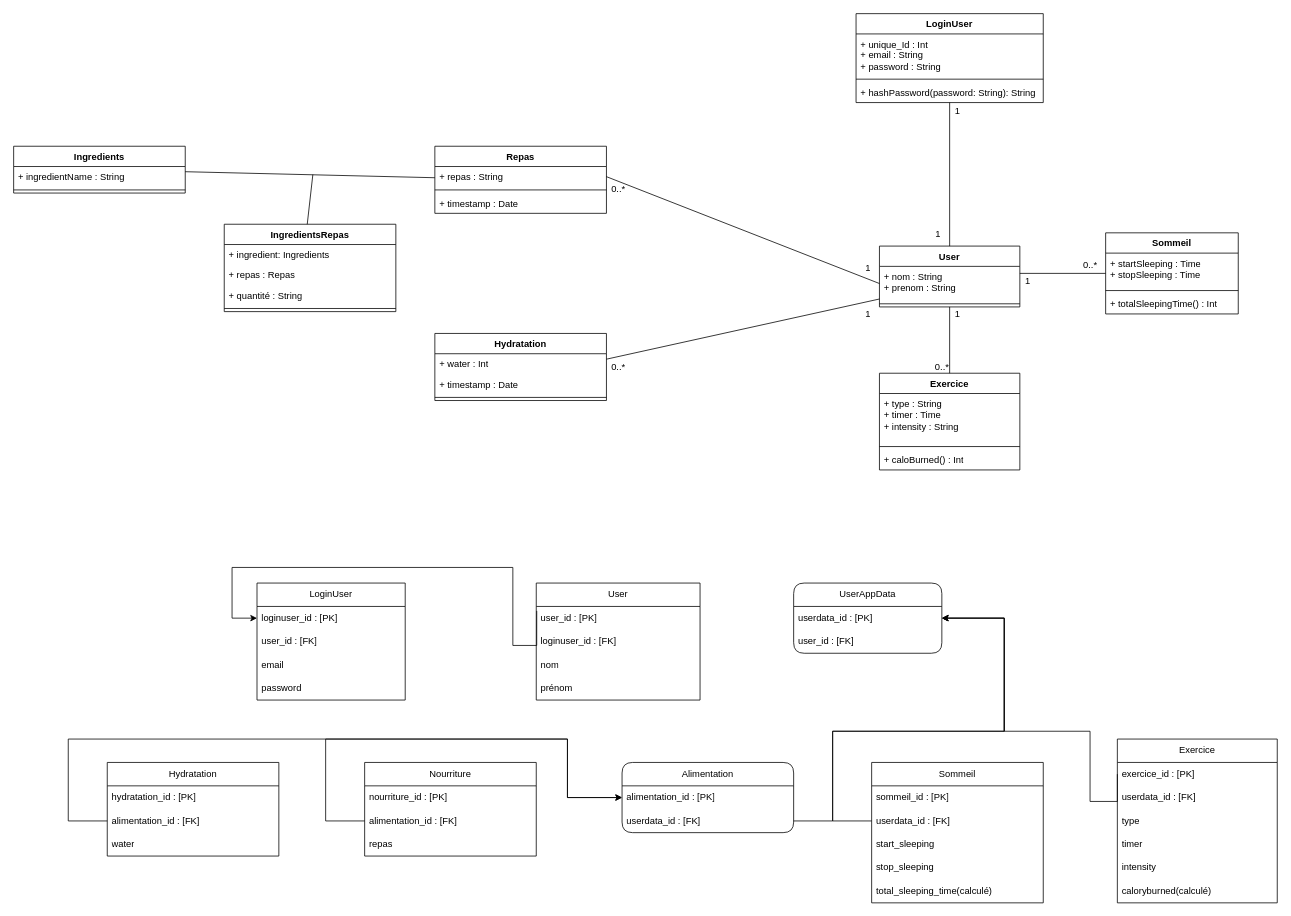
Above: P5_Exercice.drawio in CodeStarter40/P5 (draw.io), before the change. Source tidied: cells renumbered, new cells numbered last; positions are measured from the earlier drawing's top-left corner, leaving out a move shared by most shapes. Both pictures are drawn from the tidied source at 78%, with x=0, y=0 at pixel (13, 13).
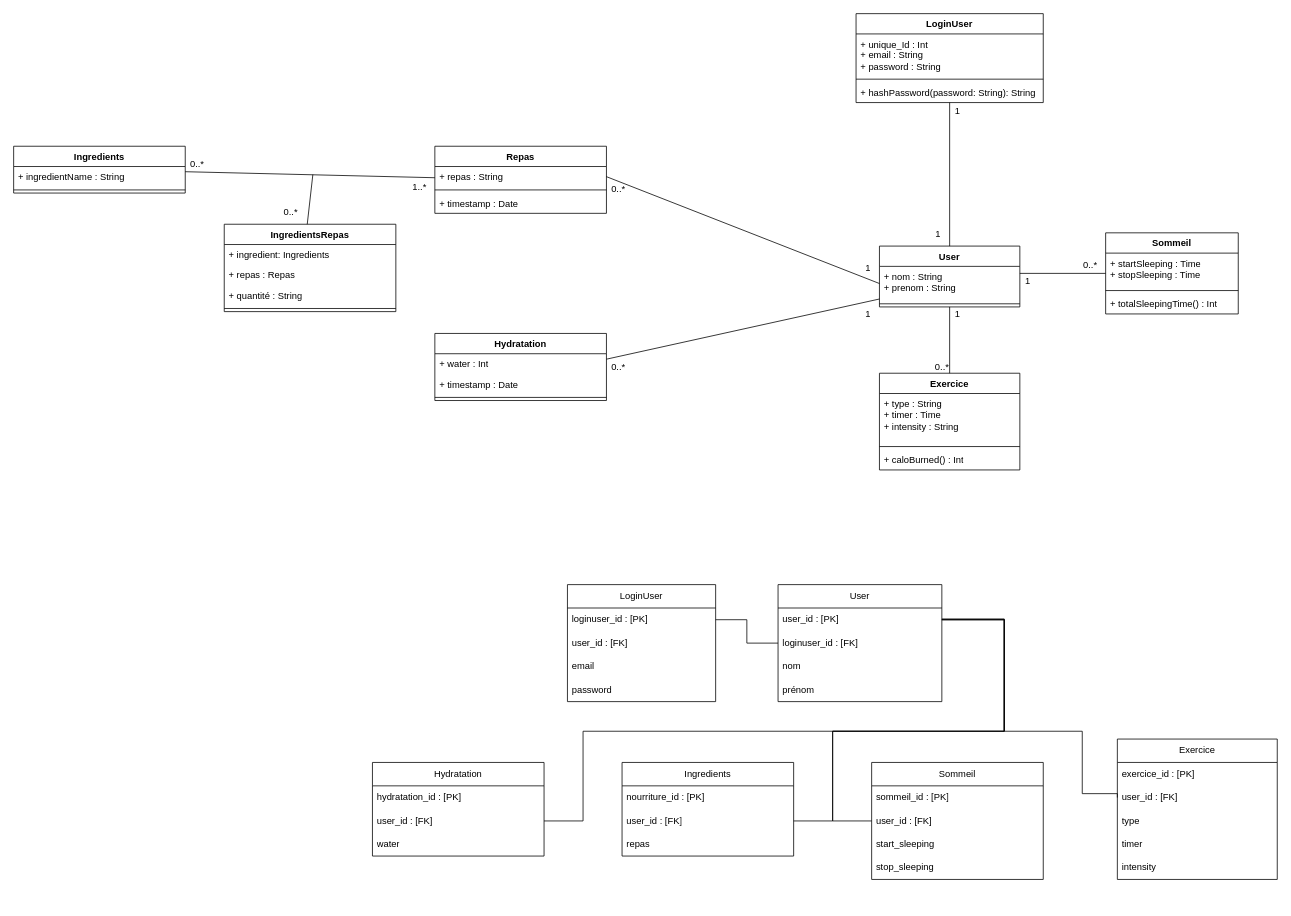
Above is the later version.

Commit message (it also covers changes not shown here):
Mettre à jour P5_Exercice.drawio

Unchanged cells that the change refers to:
```xml
<mxCell id="37" value="loginuser_id : [PK]" style="text;strokeColor=none;fillColor=none;align=left;verticalAlign=middle;spacingLeft=4;spacingRight=4;overflow=hidden;points=[[0,0.5],[1,0.5]];portConstraint=eastwest;whiteSpace=wrap;html=1;" parent="36" vertex="1">
  <mxGeometry y="30" width="190" height="30" as="geometry" />
</mxCell>
<mxCell id="42" value="user_id : [PK]" style="text;strokeColor=none;fillColor=none;align=left;verticalAlign=middle;spacingLeft=4;spacingRight=4;overflow=hidden;points=[[0,0.5],[1,0.5]];portConstraint=eastwest;whiteSpace=wrap;html=1;" parent="41" vertex="1">
  <mxGeometry y="30" width="210" height="30" as="geometry" />
</mxCell>
<mxCell id="43" value="loginuser_id : [FK]" style="text;strokeColor=none;fillColor=none;align=left;verticalAlign=middle;spacingLeft=4;spacingRight=4;overflow=hidden;points=[[0,0.5],[1,0.5]];portConstraint=eastwest;whiteSpace=wrap;html=1;" parent="41" vertex="1">
  <mxGeometry y="60" width="210" height="30" as="geometry" />
</mxCell>
<mxCell id="66" value="exercice_id : [PK]" style="text;strokeColor=none;fillColor=none;align=left;verticalAlign=middle;spacingLeft=4;spacingRight=4;overflow=hidden;points=[[0,0.5],[1,0.5]];portConstraint=eastwest;whiteSpace=wrap;html=1;" parent="65" vertex="1">
  <mxGeometry y="30" width="205" height="30" as="geometry" />
</mxCell>
```

What changed in the source:
```diff
@@
     <mxCell id="36" value="LoginUser" style="swimlane;fontStyle=0;horizontal=1;startSize=30;whiteSpace=wrap;html=1;" parent="1" vertex="1">
-      <mxGeometry x="312" y="730" width="190" height="150" as="geometry" />
+      <mxGeometry x="710" y="732" width="190" height="150" as="geometry" />
     </mxCell>
@@
     <mxCell id="41" value="User" style="swimlane;fontStyle=0;horizontal=1;startSize=30;whiteSpace=wrap;html=1;" parent="1" vertex="1">
-      <mxGeometry x="670" y="730" width="210" height="150" as="geometry" />
+      <mxGeometry x="980" y="732" width="210" height="150" as="geometry" />
     </mxCell>
@@
-    <mxCell id="46" style="edgeStyle=orthogonalEdgeStyle;rounded=0;jettySize=auto;html=1;entryX=0;entryY=0.5;entryDx=0;entryDy=0;exitX=0.003;exitY=0.19;exitDx=0;exitDy=0;exitPerimeter=0;" parent="1" edge="1" source="42" target="37">
-      <mxGeometry relative="1" as="geometry">
-        <Array as="points">
-          <mxPoint x="671" y="810" />
-          <mxPoint x="640" y="810" />
-          <mxPoint x="640" y="710" />
-          <mxPoint x="280" y="710" />
-          <mxPoint x="280" y="775" />
-        </Array>
-      </mxGeometry>
-    </mxCell>
-    <mxCell id="47" value="Alimentation" style="swimlane;fontStyle=0;horizontal=1;startSize=30;whiteSpace=wrap;html=1;rounded=1;" parent="1" vertex="1">
-      <mxGeometry x="780" y="960" width="220" height="90" as="geometry" />
-    </mxCell>
-    <mxCell id="48" value="alimentation_id : [PK]" style="text;strokeColor=none;fillColor=none;align=left;verticalAlign=middle;spacingLeft=4;spacingRight=4;overflow=hidden;points=[[0,0.5],[1,0.5]];portConstraint=eastwest;whiteSpace=wrap;html=1;" parent="47" vertex="1">
-      <mxGeometry y="30" width="220" height="30" as="geometry" />
-    </mxCell>
-    <mxCell id="49" value="userdata_id : [FK]" style="text;strokeColor=none;fillColor=none;align=left;verticalAlign=middle;spacingLeft=4;spacingRight=4;overflow=hidden;points=[[0,0.5],[1,0.5]];portConstraint=eastwest;whiteSpace=wrap;html=1;" parent="47" vertex="1">
-      <mxGeometry y="60" width="220" height="30" as="geometry" />
-    </mxCell>
-    <mxCell id="50" value="Nourriture" style="swimlane;fontStyle=0;horizontal=1;startSize=30;whiteSpace=wrap;html=1;" parent="1" vertex="1">
-      <mxGeometry x="450" y="960" width="220" height="120" as="geometry" />
+    <mxCell id="50" value="Ingredients" style="swimlane;fontStyle=0;horizontal=1;startSize=30;whiteSpace=wrap;html=1;" parent="1" vertex="1">
+      <mxGeometry x="780" y="960" width="220" height="120" as="geometry" />
     </mxCell>
@@
-    <mxCell id="52" value="alimentation_id : [FK]" style="text;strokeColor=none;fillColor=none;align=left;verticalAlign=middle;spacingLeft=4;spacingRight=4;overflow=hidden;points=[[0,0.5],[1,0.5]];portConstraint=eastwest;whiteSpace=wrap;html=1;" parent="50" vertex="1">
+    <mxCell id="52" value="user_id : [FK]" style="text;strokeColor=none;fillColor=none;align=left;verticalAlign=middle;spacingLeft=4;spacingRight=4;overflow=hidden;points=[[0,0.5],[1,0.5]];portConstraint=eastwest;whiteSpace=wrap;html=1;" parent="50" vertex="1">
       <mxGeometry y="60" width="220" height="30" as="geometry" />
     </mxCell>
@@
     <mxCell id="54" value="Sommeil" style="swimlane;fontStyle=0;horizontal=1;startSize=30;whiteSpace=wrap;html=1;" parent="1" vertex="1">
-      <mxGeometry x="1100" y="960" width="220" height="180" as="geometry" />
+      <mxGeometry x="1100" y="960" width="220" height="150" as="geometry" />
     </mxCell>
@@
-    <mxCell id="56" value="userdata_id : [FK]" style="text;strokeColor=none;fillColor=none;align=left;verticalAlign=middle;spacingLeft=4;spacingRight=4;overflow=hidden;points=[[0,0.5],[1,0.5]];portConstraint=eastwest;whiteSpace=wrap;html=1;" parent="54" vertex="1">
+    <mxCell id="56" value="user_id : [FK]" style="text;strokeColor=none;fillColor=none;align=left;verticalAlign=middle;spacingLeft=4;spacingRight=4;overflow=hidden;points=[[0,0.5],[1,0.5]];portConstraint=eastwest;whiteSpace=wrap;html=1;" parent="54" vertex="1">
       <mxGeometry y="60" width="220" height="30" as="geometry" />
     </mxCell>
@@
-    <mxCell id="59" value="total_sleeping_time(calculé)" style="text;strokeColor=none;fillColor=none;align=left;verticalAlign=middle;spacingLeft=4;spacingRight=4;overflow=hidden;whiteSpace=wrap;html=1;" parent="54" vertex="1">
-      <mxGeometry y="150" width="220" height="30" as="geometry" />
-    </mxCell>
-    <mxCell id="60" style="edgeStyle=orthogonalEdgeStyle;rounded=0;jettySize=auto;html=1;entryX=0;entryY=0.5;entryDx=0;entryDy=0;exitX=0;exitY=0.5;exitDx=0;exitDy=0;" parent="1" edge="1" source="63" target="48">
-      <mxGeometry relative="1" as="geometry">
-        <Array as="points">
-          <mxPoint x="70" y="1035" />
-          <mxPoint x="70" y="930" />
-          <mxPoint x="710" y="930" />
-          <mxPoint x="710" y="1005" />
-        </Array>
-      </mxGeometry>
-    </mxCell>
     <mxCell id="61" value="Hydratation" style="swimlane;fontStyle=0;horizontal=1;startSize=30;whiteSpace=wrap;html=1;" parent="1" vertex="1">
-      <mxGeometry x="120" y="960" width="220" height="120" as="geometry" />
+      <mxGeometry x="460" y="960" width="220" height="120" as="geometry" />
     </mxCell>
@@
-    <mxCell id="63" value="alimentation_id : [FK]" style="text;strokeColor=none;fillColor=none;align=left;verticalAlign=middle;spacingLeft=4;spacingRight=4;overflow=hidden;points=[[0,0.5],[1,0.5]];portConstraint=eastwest;whiteSpace=wrap;html=1;" parent="61" vertex="1">
+    <mxCell id="63" value="user_id : [FK]" style="text;strokeColor=none;fillColor=none;align=left;verticalAlign=middle;spacingLeft=4;spacingRight=4;overflow=hidden;points=[[0,0.5],[1,0.5]];portConstraint=eastwest;whiteSpace=wrap;html=1;" parent="61" vertex="1">
       <mxGeometry y="60" width="220" height="30" as="geometry" />
     </mxCell>
@@
     <mxCell id="65" value="Exercice" style="swimlane;fontStyle=0;horizontal=1;startSize=30;whiteSpace=wrap;html=1;" parent="1" vertex="1">
-      <mxGeometry x="1415" y="930" width="205" height="210" as="geometry" />
+      <mxGeometry x="1415" y="930" width="205" height="180" as="geometry" />
     </mxCell>
@@
-    <mxCell id="67" value="userdata_id : [FK]" style="text;strokeColor=none;fillColor=none;align=left;verticalAlign=middle;spacingLeft=4;spacingRight=4;overflow=hidden;points=[[0,0.5],[1,0.5]];portConstraint=eastwest;whiteSpace=wrap;html=1;" parent="65" vertex="1">
+    <mxCell id="67" value="user_id : [FK]" style="text;strokeColor=none;fillColor=none;align=left;verticalAlign=middle;spacingLeft=4;spacingRight=4;overflow=hidden;points=[[0,0.5],[1,0.5]];portConstraint=eastwest;whiteSpace=wrap;html=1;" parent="65" vertex="1">
       <mxGeometry y="60" width="205" height="30" as="geometry" />
     </mxCell>
@@
-    <mxCell id="71" value="caloryburned(calculé)" style="text;strokeColor=none;fillColor=none;align=left;verticalAlign=middle;spacingLeft=4;spacingRight=4;overflow=hidden;whiteSpace=wrap;html=1;" parent="65" vertex="1">
-      <mxGeometry y="180" width="205" height="30" as="geometry" />
-    </mxCell>
-    <mxCell id="72" style="edgeStyle=orthogonalEdgeStyle;rounded=0;jettySize=auto;html=1;entryX=0;entryY=0.5;entryDx=0;entryDy=0;exitX=0;exitY=0.5;exitDx=0;exitDy=0;" parent="1" edge="1" source="52" target="48">
-      <mxGeometry relative="1" as="geometry">
-        <Array as="points">
-          <mxPoint x="400" y="1035" />
-          <mxPoint x="400" y="930" />
-          <mxPoint x="710" y="930" />
-          <mxPoint x="710" y="1005" />
-        </Array>
-      </mxGeometry>
-    </mxCell>
-    <mxCell id="73" style="edgeStyle=orthogonalEdgeStyle;rounded=0;jettySize=auto;html=1;entryX=1;entryY=0.5;entryDx=0;entryDy=0;exitX=1;exitY=0.5;exitDx=0;exitDy=0;" parent="1" edge="1" source="49" target="77">
-      <mxGeometry relative="1" as="geometry">
-        <Array as="points">
-          <mxPoint x="1050" y="1035" />
-          <mxPoint x="1050" y="920" />
-          <mxPoint x="1270" y="920" />
-          <mxPoint x="1270" y="775" />
-        </Array>
-      </mxGeometry>
-    </mxCell>
-    <mxCell id="74" style="edgeStyle=orthogonalEdgeStyle;rounded=0;jettySize=auto;html=1;entryX=1;entryY=0.5;entryDx=0;entryDy=0;exitX=0;exitY=0.5;exitDx=0;exitDy=0;" parent="1" edge="1" source="56" target="77">
-      <mxGeometry relative="1" as="geometry">
-        <Array as="points">
-          <mxPoint x="1050" y="1035" />
-          <mxPoint x="1050" y="920" />
-          <mxPoint x="1270" y="920" />
-          <mxPoint x="1270" y="775" />
-        </Array>
-      </mxGeometry>
-    </mxCell>
-    <mxCell id="75" style="edgeStyle=orthogonalEdgeStyle;rounded=0;jettySize=auto;html=1;entryX=1;entryY=0.5;entryDx=0;entryDy=0;exitX=0;exitY=0.5;exitDx=0;exitDy=0;" parent="1" edge="1" source="66" target="77">
-      <mxGeometry relative="1" as="geometry">
-        <Array as="points">
-          <mxPoint x="1415" y="1010" />
-          <mxPoint x="1380" y="1010" />
-          <mxPoint x="1380" y="920" />
-          <mxPoint x="1270" y="920" />
-          <mxPoint x="1270" y="775" />
-        </Array>
-      </mxGeometry>
-    </mxCell>
-    <mxCell id="76" value="UserAppData" style="swimlane;fontStyle=0;horizontal=1;startSize=30;whiteSpace=wrap;html=1;rounded=1;" parent="1" vertex="1">
-      <mxGeometry x="1000" y="730" width="190" height="90" as="geometry" />
-    </mxCell>
-    <mxCell id="77" value="userdata_id : [PK]" style="text;strokeColor=none;fillColor=none;align=left;verticalAlign=middle;spacingLeft=4;spacingRight=4;overflow=hidden;points=[[0,0.5],[1,0.5]];portConstraint=eastwest;whiteSpace=wrap;html=1;" parent="76" vertex="1">
-      <mxGeometry y="30" width="190" height="30" as="geometry" />
-    </mxCell>
-    <mxCell id="78" value="user_id : [FK]" style="text;strokeColor=none;fillColor=none;align=left;verticalAlign=middle;spacingLeft=4;spacingRight=4;overflow=hidden;whiteSpace=wrap;html=1;" parent="76" vertex="1">
-      <mxGeometry y="60" width="190" height="30" as="geometry" />
-    </mxCell>
@@
+    <mxCell id="93" style="endArrow=none;html=1;rounded=0;edgeStyle=orthogonalEdgeStyle;entryX=0;entryY=0.5;entryDx=0;entryDy=0;" parent="1" edge="1" source="42" target="67">
+      <mxGeometry relative="1" as="geometry">
+        <Array as="points">
+          <mxPoint x="1270" y="776" />
+          <mxPoint x="1270" y="920" />
+          <mxPoint x="1370" y="920" />
+          <mxPoint x="1370" y="1000" />
+          <mxPoint x="1415" y="1000" />
+        </Array>
+      </mxGeometry>
+    </mxCell>
+    <mxCell id="94" style="endArrow=none;html=1;rounded=0;edgeStyle=orthogonalEdgeStyle;entryX=0;entryY=0.5;entryDx=0;entryDy=0;" parent="1" edge="1" source="42" target="56">
+      <mxGeometry relative="1" as="geometry">
+        <Array as="points">
+          <mxPoint x="1270" y="777" />
+          <mxPoint x="1270" y="920" />
+          <mxPoint x="1050" y="920" />
+          <mxPoint x="1050" y="1035" />
+        </Array>
+      </mxGeometry>
+    </mxCell>
+    <mxCell id="95" style="endArrow=none;html=1;rounded=0;edgeStyle=orthogonalEdgeStyle;" parent="1" edge="1" source="42">
+      <mxGeometry relative="1" as="geometry">
+        <mxPoint x="1000" y="1035" as="targetPoint" />
+        <Array as="points">
+          <mxPoint x="1270" y="777" />
+          <mxPoint x="1270" y="920" />
+          <mxPoint x="1050" y="920" />
+          <mxPoint x="1050" y="1035" />
+        </Array>
+      </mxGeometry>
+    </mxCell>
+    <mxCell id="96" style="endArrow=none;html=1;rounded=0;exitX=1;exitY=0.5;exitDx=0;exitDy=0;edgeStyle=orthogonalEdgeStyle;" parent="1" edge="1" source="63" target="42">
+      <mxGeometry relative="1" as="geometry">
+        <Array as="points">
+          <mxPoint x="730" y="1035" />
+          <mxPoint x="730" y="920" />
+          <mxPoint x="1270" y="920" />
+          <mxPoint x="1270" y="777" />
+        </Array>
+      </mxGeometry>
+    </mxCell>
+    <mxCell id="97" style="endArrow=none;html=1;rounded=0;edgeStyle=orthogonalEdgeStyle;" parent="1" edge="1" source="37" target="43">
+      <mxGeometry relative="1" as="geometry" />
+    </mxCell>
+    <mxCell id="98" value="0..*" style="text;html=1;align=center;verticalAlign=middle;strokeColor=none;fillColor=none;" parent="1" vertex="1">
+      <mxGeometry x="215" y="178" width="40" height="30" as="geometry" />
+    </mxCell>
+    <mxCell id="99" value="1..*" style="text;html=1;align=center;verticalAlign=middle;strokeColor=none;fillColor=none;" parent="1" vertex="1">
+      <mxGeometry x="500" y="208" width="40" height="30" as="geometry" />
+    </mxCell>
+    <mxCell id="100" value="0..*" style="text;html=1;align=center;verticalAlign=middle;strokeColor=none;fillColor=none;" parent="1" vertex="1">
+      <mxGeometry x="335" y="240" width="40" height="30" as="geometry" />
+    </mxCell>
```
